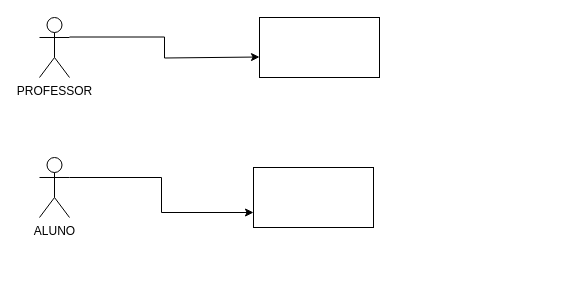
This is Diagrama sem nome.drawio from FgameCorp/saep, a draw.io file, before an edit. Source tidied: cells renumbered, new cells numbered last; positions are measured from the earlier drawing's top-left corner, leaving out a move shared by most shapes. Both pictures are drawn from the tidied source at 100%, with x=0, y=0 at pixel (39, 17).
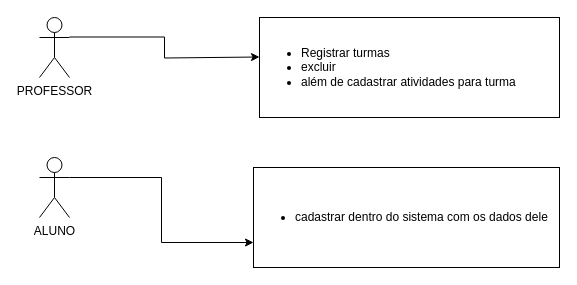
After the change.

Diff of the diagram source:
```diff
@@
 <mxGraphModel>
   <root>
     <mxCell id="0" />
     <mxCell id="1" parent="0" />
     <mxCell id="2" style="edgeStyle=orthogonalEdgeStyle;rounded=0;orthogonalLoop=1;jettySize=auto;html=1;" parent="1" edge="1">
       <mxGeometry relative="1" as="geometry">
         <mxPoint x="30" y="19.5" as="sourcePoint" />
         <mxPoint x="220" y="39.5" as="targetPoint" />
         <Array as="points">
           <mxPoint x="125" y="19.5" />
           <mxPoint x="125" y="40.5" />
         </Array>
       </mxGeometry>
     </mxCell>
     <mxCell id="3" value="PROFESSOR" style="shape=umlActor;verticalLabelPosition=bottom;verticalAlign=top;html=1;" parent="1" vertex="1">
       <mxGeometry width="30" height="60" as="geometry" />
     </mxCell>
-    <mxCell id="4" style="rounded=0;whiteSpace=wrap;html=1;" parent="1" vertex="1">
-      <mxGeometry x="220" width="120" height="60" as="geometry" />
+    <mxCell id="4" value="&lt;ul&gt;&lt;li&gt;Registrar turmas&lt;/li&gt;&lt;li&gt;excluir&amp;nbsp;&lt;/li&gt;&lt;li&gt;além de cadastrar atividades para turma&lt;/li&gt;&lt;/ul&gt;" style="rounded=0;whiteSpace=wrap;html=1;align=left;" parent="1" vertex="1">
+      <mxGeometry x="220" width="300" height="100" as="geometry" />
     </mxCell>
     <mxCell id="5" style="edgeStyle=orthogonalEdgeStyle;rounded=0;jettySize=auto;html=1;exitX=1;exitY=0.3333333333333333;exitDx=0;exitDy=0;exitPerimeter=0;entryX=0;entryY=0.75;entryDx=0;entryDy=0;" parent="1" edge="1" source="6" target="7">
       <mxGeometry relative="1" as="geometry" />
     </mxCell>
     <mxCell id="6" value="ALUNO" style="shape=umlActor;verticalLabelPosition=bottom;verticalAlign=top;html=1;outlineConnect=0;" parent="1" vertex="1">
       <mxGeometry y="140" width="30" height="60" as="geometry" />
     </mxCell>
-    <mxCell id="7" style="rounded=0;whiteSpace=wrap;html=1;" parent="1" vertex="1">
-      <mxGeometry x="214" y="150" width="120" height="60" as="geometry" />
+    <mxCell id="7" value="&lt;ul&gt;&lt;li&gt;cadastrar dentro do sistema com os dados dele&lt;/li&gt;&lt;/ul&gt;" style="rounded=0;whiteSpace=wrap;html=1;align=left;" parent="1" vertex="1">
+      <mxGeometry x="214" y="150" width="306" height="100" as="geometry" />
     </mxCell>
   </root>
 </mxGraphModel>
```
